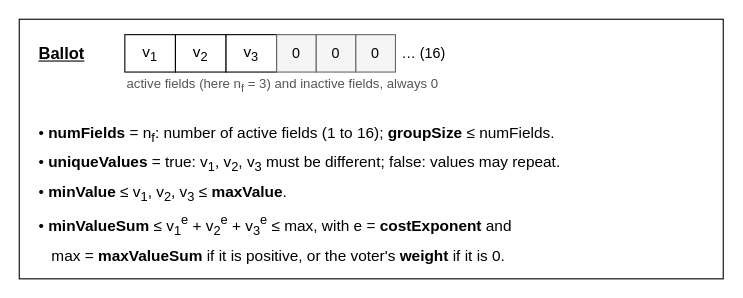
Earlier version of the draw.io diagram v2/figures/ballot-variables.drawio (vocdoni/davinci-paper). Source tidied: cells renumbered, new cells numbered last; positions are measured from the earlier drawing's top-left corner, leaving out a move shared by most shapes. Both pictures are drawn from the tidied source at 110%, with x=0, y=0 at pixel (19, 19).
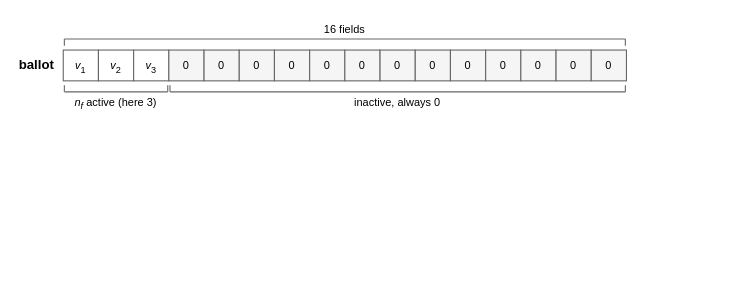
The same diagram, later.

What changed in the source:
```diff
@@
-    <mxCell id="2" style="rounded=0;whiteSpace=wrap;html=1;fontSize=11;fillColor=none;strokeColor=#000000;fontFamily=Courier New;verticalAlign=top;align=center;spacingTop=4;spacingLeft=6;fontStyle=1;" parent="1" vertex="1">
-      <mxGeometry width="640" height="236" as="geometry" />
-    </mxCell>
-    <mxCell id="3" value="&lt;b&gt;&lt;u&gt;Ballot&lt;/u&gt;&lt;/b&gt;" style="text;html=1;whiteSpace=wrap;fontSize=15;fontFamily=Helvetica;align=left;verticalAlign=middle;fontColor=#000000;" parent="1" vertex="1">
-      <mxGeometry x="16" y="16" width="80" height="30" as="geometry" />
+    <mxCell id="3" value="&lt;b&gt;ballot&lt;/b&gt;" style="text;html=1;whiteSpace=wrap;fontSize=12;fontFamily=Helvetica;align=left;verticalAlign=middle;fontColor=#000000;spacing=0;" parent="1" vertex="1">
+      <mxGeometry y="28" width="34" height="28" as="geometry" />
     </mxCell>
-    <mxCell id="4" value="v&lt;sub&gt;1&lt;/sub&gt;" style="rounded=0;whiteSpace=wrap;html=1;fontSize=14;fillColor=#ffffff;strokeColor=#000000;fontFamily=Helvetica;align=center;verticalAlign=middle;" parent="1" vertex="1">
-      <mxGeometry x="96" y="14" width="46" height="34" as="geometry" />
+    <mxCell id="4" value="&lt;i&gt;v&lt;/i&gt;&lt;sub style=&quot;line-height:0&quot;&gt;1&lt;/sub&gt;" style="rounded=0;whiteSpace=wrap;html=1;fontSize=10;fillColor=#ffffff;strokeColor=#666666;strokeWidth=1;fontFamily=Helvetica;align=center;verticalAlign=middle;spacingLeft=6;spacingRight=6;spacingTop=2;spacingBottom=2;" parent="1" vertex="1">
+      <mxGeometry x="40" y="28" width="32" height="28" as="geometry" />
     </mxCell>
-    <mxCell id="5" value="v&lt;sub&gt;2&lt;/sub&gt;" style="rounded=0;whiteSpace=wrap;html=1;fontSize=14;fillColor=#ffffff;strokeColor=#000000;fontFamily=Helvetica;align=center;verticalAlign=middle;" parent="1" vertex="1">
-      <mxGeometry x="142" y="14" width="46" height="34" as="geometry" />
+    <mxCell id="5" value="&lt;i&gt;v&lt;/i&gt;&lt;sub style=&quot;line-height:0&quot;&gt;2&lt;/sub&gt;" style="rounded=0;whiteSpace=wrap;html=1;fontSize=10;fillColor=#ffffff;strokeColor=#666666;strokeWidth=1;fontFamily=Helvetica;align=center;verticalAlign=middle;spacingLeft=6;spacingRight=6;spacingTop=2;spacingBottom=2;" parent="1" vertex="1">
+      <mxGeometry x="72" y="28" width="32" height="28" as="geometry" />
     </mxCell>
-    <mxCell id="6" value="v&lt;sub&gt;3&lt;/sub&gt;" style="rounded=0;whiteSpace=wrap;html=1;fontSize=14;fillColor=#ffffff;strokeColor=#000000;fontFamily=Helvetica;align=center;verticalAlign=middle;" parent="1" vertex="1">
-      <mxGeometry x="188" y="14" width="46" height="34" as="geometry" />
+    <mxCell id="6" value="&lt;i&gt;v&lt;/i&gt;&lt;sub style=&quot;line-height:0&quot;&gt;3&lt;/sub&gt;" style="rounded=0;whiteSpace=wrap;html=1;fontSize=10;fillColor=#ffffff;strokeColor=#666666;strokeWidth=1;fontFamily=Helvetica;align=center;verticalAlign=middle;spacingLeft=6;spacingRight=6;spacingTop=2;spacingBottom=2;" parent="1" vertex="1">
+      <mxGeometry x="104" y="28" width="32" height="28" as="geometry" />
     </mxCell>
-    <mxCell id="7" value="0" style="rounded=0;whiteSpace=wrap;html=1;fontSize=13;fillColor=#f5f5f5;strokeColor=#666666;fontFamily=Helvetica;align=center;verticalAlign=middle;" parent="1" vertex="1">
-      <mxGeometry x="234" y="14" width="36" height="34" as="geometry" />
+    <mxCell id="7" value="0" style="rounded=0;whiteSpace=wrap;html=1;fontSize=10;fillColor=#f5f5f5;strokeColor=#666666;strokeWidth=1;fontFamily=Helvetica;align=center;verticalAlign=middle;spacingLeft=6;spacingRight=6;spacingTop=2;spacingBottom=2;" parent="1" vertex="1">
+      <mxGeometry x="136" y="28" width="32" height="28" as="geometry" />
     </mxCell>
-    <mxCell id="8" value="0" style="rounded=0;whiteSpace=wrap;html=1;fontSize=13;fillColor=#f5f5f5;strokeColor=#666666;fontFamily=Helvetica;align=center;verticalAlign=middle;" parent="1" vertex="1">
-      <mxGeometry x="270" y="14" width="36" height="34" as="geometry" />
+    <mxCell id="8" value="0" style="rounded=0;whiteSpace=wrap;html=1;fontSize=10;fillColor=#f5f5f5;strokeColor=#666666;strokeWidth=1;fontFamily=Helvetica;align=center;verticalAlign=middle;spacingLeft=6;spacingRight=6;spacingTop=2;spacingBottom=2;" parent="1" vertex="1">
+      <mxGeometry x="168" y="28" width="32" height="28" as="geometry" />
     </mxCell>
-    <mxCell id="9" value="0" style="rounded=0;whiteSpace=wrap;html=1;fontSize=13;fillColor=#f5f5f5;strokeColor=#666666;fontFamily=Helvetica;align=center;verticalAlign=middle;" parent="1" vertex="1">
-      <mxGeometry x="306" y="14" width="36" height="34" as="geometry" />
+    <mxCell id="9" value="0" style="rounded=0;whiteSpace=wrap;html=1;fontSize=10;fillColor=#f5f5f5;strokeColor=#666666;strokeWidth=1;fontFamily=Helvetica;align=center;verticalAlign=middle;spacingLeft=6;spacingRight=6;spacingTop=2;spacingBottom=2;" parent="1" vertex="1">
+      <mxGeometry x="200" y="28" width="32" height="28" as="geometry" />
     </mxCell>
-    <mxCell id="10" value="&amp;hellip; (16)" style="text;html=1;whiteSpace=wrap;fontSize=13;fontFamily=Helvetica;align=left;verticalAlign=middle;fontColor=#000000;" parent="1" vertex="1">
-      <mxGeometry x="346" y="14" width="60" height="34" as="geometry" />
+    <mxCell id="10" value="0" style="rounded=0;whiteSpace=wrap;html=1;fontSize=10;fillColor=#f5f5f5;strokeColor=#666666;strokeWidth=1;fontFamily=Helvetica;align=center;verticalAlign=middle;spacingLeft=6;spacingRight=6;spacingTop=2;spacingBottom=2;" parent="1" vertex="1">
+      <mxGeometry x="232" y="28" width="32" height="28" as="geometry" />
     </mxCell>
-    <mxCell id="11" value="active fields (here n&lt;sub&gt;f&lt;/sub&gt; = 3) and inactive fields, always 0" style="text;html=1;whiteSpace=wrap;fontSize=12;fontFamily=Helvetica;align=left;verticalAlign=middle;fontColor=#555555;" parent="1" vertex="1">
-      <mxGeometry x="96" y="50" width="400" height="20" as="geometry" />
+    <mxCell id="11" value="0" style="rounded=0;whiteSpace=wrap;html=1;fontSize=10;fillColor=#f5f5f5;strokeColor=#666666;strokeWidth=1;fontFamily=Helvetica;align=center;verticalAlign=middle;spacingLeft=6;spacingRight=6;spacingTop=2;spacingBottom=2;" parent="1" vertex="1">
+      <mxGeometry x="264" y="28" width="32" height="28" as="geometry" />
     </mxCell>
-    <mxCell id="12" value="&lt;div style='line-height:1.75'&gt;&amp;bull; &lt;b&gt;numFields&lt;/b&gt; = n&lt;sub&gt;f&lt;/sub&gt;: number of active fields (1 to 16); &lt;b&gt;groupSize&lt;/b&gt; &amp;le; numFields.&lt;br&gt;&amp;bull; &lt;b&gt;uniqueValues&lt;/b&gt; = true: v&lt;sub&gt;1&lt;/sub&gt;, v&lt;sub&gt;2&lt;/sub&gt;, v&lt;sub&gt;3&lt;/sub&gt; must be different; false: values may repeat.&lt;br&gt;&amp;bull; &lt;b&gt;minValue&lt;/b&gt; &amp;le; v&lt;sub&gt;1&lt;/sub&gt;, v&lt;sub&gt;2&lt;/sub&gt;, v&lt;sub&gt;3&lt;/sub&gt; &amp;le; &lt;b&gt;maxValue&lt;/b&gt;.&lt;br&gt;&amp;bull; &lt;b&gt;minValueSum&lt;/b&gt; &amp;le; v&lt;sub&gt;1&lt;/sub&gt;&lt;sup&gt;e&lt;/sup&gt; + v&lt;sub&gt;2&lt;/sub&gt;&lt;sup&gt;e&lt;/sup&gt; + v&lt;sub&gt;3&lt;/sub&gt;&lt;sup&gt;e&lt;/sup&gt; &amp;le; max, with e = &lt;b&gt;costExponent&lt;/b&gt; and&lt;br&gt;&amp;nbsp;&amp;nbsp;&amp;nbsp;max = &lt;b&gt;maxValueSum&lt;/b&gt; if it is positive, or the voter's &lt;b&gt;weight&lt;/b&gt; if it is 0.&lt;/div&gt;" style="text;html=1;whiteSpace=wrap;fontSize=14;fontFamily=Helvetica;align=left;verticalAlign=top;fontColor=#000000;" parent="1" vertex="1">
-      <mxGeometry x="16" y="84" width="608" height="150" as="geometry" />
+    <mxCell id="12" value="0" style="rounded=0;whiteSpace=wrap;html=1;fontSize=10;fillColor=#f5f5f5;strokeColor=#666666;strokeWidth=1;fontFamily=Helvetica;align=center;verticalAlign=middle;spacingLeft=6;spacingRight=6;spacingTop=2;spacingBottom=2;" parent="1" vertex="1">
+      <mxGeometry x="296" y="28" width="32" height="28" as="geometry" />
     </mxCell>
+    <mxCell id="2" value="0" style="rounded=0;whiteSpace=wrap;html=1;fontSize=10;fillColor=#f5f5f5;strokeColor=#666666;strokeWidth=1;fontFamily=Helvetica;align=center;verticalAlign=middle;spacingLeft=6;spacingRight=6;spacingTop=2;spacingBottom=2;" parent="1" vertex="1">
+      <mxGeometry x="328" y="28" width="32" height="28" as="geometry" />
+    </mxCell>
+    <mxCell id="13" value="0" style="rounded=0;whiteSpace=wrap;html=1;fontSize=10;fillColor=#f5f5f5;strokeColor=#666666;strokeWidth=1;fontFamily=Helvetica;align=center;verticalAlign=middle;spacingLeft=6;spacingRight=6;spacingTop=2;spacingBottom=2;" parent="1" vertex="1">
+      <mxGeometry x="360" y="28" width="32" height="28" as="geometry" />
+    </mxCell>
+    <mxCell id="14" value="0" style="rounded=0;whiteSpace=wrap;html=1;fontSize=10;fillColor=#f5f5f5;strokeColor=#666666;strokeWidth=1;fontFamily=Helvetica;align=center;verticalAlign=middle;spacingLeft=6;spacingRight=6;spacingTop=2;spacingBottom=2;" parent="1" vertex="1">
+      <mxGeometry x="392" y="28" width="32" height="28" as="geometry" />
+    </mxCell>
+    <mxCell id="15" value="0" style="rounded=0;whiteSpace=wrap;html=1;fontSize=10;fillColor=#f5f5f5;strokeColor=#666666;strokeWidth=1;fontFamily=Helvetica;align=center;verticalAlign=middle;spacingLeft=6;spacingRight=6;spacingTop=2;spacingBottom=2;" parent="1" vertex="1">
+      <mxGeometry x="424" y="28" width="32" height="28" as="geometry" />
+    </mxCell>
+    <mxCell id="16" value="0" style="rounded=0;whiteSpace=wrap;html=1;fontSize=10;fillColor=#f5f5f5;strokeColor=#666666;strokeWidth=1;fontFamily=Helvetica;align=center;verticalAlign=middle;spacingLeft=6;spacingRight=6;spacingTop=2;spacingBottom=2;" parent="1" vertex="1">
+      <mxGeometry x="456" y="28" width="32" height="28" as="geometry" />
+    </mxCell>
+    <mxCell id="17" value="0" style="rounded=0;whiteSpace=wrap;html=1;fontSize=10;fillColor=#f5f5f5;strokeColor=#666666;strokeWidth=1;fontFamily=Helvetica;align=center;verticalAlign=middle;spacingLeft=6;spacingRight=6;spacingTop=2;spacingBottom=2;" parent="1" vertex="1">
+      <mxGeometry x="488" y="28" width="32" height="28" as="geometry" />
+    </mxCell>
+    <mxCell id="18" value="0" style="rounded=0;whiteSpace=wrap;html=1;fontSize=10;fillColor=#f5f5f5;strokeColor=#666666;strokeWidth=1;fontFamily=Helvetica;align=center;verticalAlign=middle;spacingLeft=6;spacingRight=6;spacingTop=2;spacingBottom=2;" parent="1" vertex="1">
+      <mxGeometry x="520" y="28" width="32" height="28" as="geometry" />
+    </mxCell>
+    <mxCell id="19" style="html=1;rounded=0;endArrow=none;startArrow=none;endSize=6;startSize=6;fontSize=10;fontFamily=Helvetica;strokeColor=#666666;strokeWidth=1;labelBackgroundColor=#ffffff;" parent="1" edge="1">
+      <mxGeometry relative="1" as="geometry">
+        <mxPoint x="41" y="18" as="sourcePoint" />
+        <mxPoint x="551" y="18" as="targetPoint" />
+      </mxGeometry>
+    </mxCell>
+    <mxCell id="20" style="html=1;rounded=0;endArrow=none;startArrow=none;endSize=6;startSize=6;fontSize=10;fontFamily=Helvetica;strokeColor=#666666;strokeWidth=1;labelBackgroundColor=#ffffff;" parent="1" edge="1">
+      <mxGeometry relative="1" as="geometry">
+        <mxPoint x="41" y="24" as="sourcePoint" />
+        <mxPoint x="41" y="18" as="targetPoint" />
+      </mxGeometry>
+    </mxCell>
+    <mxCell id="21" style="html=1;rounded=0;endArrow=none;startArrow=none;endSize=6;startSize=6;fontSize=10;fontFamily=Helvetica;strokeColor=#666666;strokeWidth=1;labelBackgroundColor=#ffffff;" parent="1" edge="1">
+      <mxGeometry relative="1" as="geometry">
+        <mxPoint x="551" y="24" as="sourcePoint" />
+        <mxPoint x="551" y="18" as="targetPoint" />
+      </mxGeometry>
+    </mxCell>
+    <mxCell id="22" value="16 fields" style="text;html=1;whiteSpace=wrap;fontSize=10;fontFamily=Helvetica;align=center;verticalAlign=middle;fontColor=#000000;spacing=0;" parent="1" vertex="1">
+      <mxGeometry x="41" y="2" width="510" height="14" as="geometry" />
+    </mxCell>
+    <mxCell id="23" style="html=1;rounded=0;endArrow=none;startArrow=none;endSize=6;startSize=6;fontSize=10;fontFamily=Helvetica;strokeColor=#666666;strokeWidth=1;labelBackgroundColor=#ffffff;" parent="1" edge="1">
+      <mxGeometry relative="1" as="geometry">
+        <mxPoint x="41" y="66" as="sourcePoint" />
+        <mxPoint x="135" y="66" as="targetPoint" />
+      </mxGeometry>
+    </mxCell>
+    <mxCell id="24" style="html=1;rounded=0;endArrow=none;startArrow=none;endSize=6;startSize=6;fontSize=10;fontFamily=Helvetica;strokeColor=#666666;strokeWidth=1;labelBackgroundColor=#ffffff;" parent="1" edge="1">
+      <mxGeometry relative="1" as="geometry">
+        <mxPoint x="41" y="60" as="sourcePoint" />
+        <mxPoint x="41" y="66" as="targetPoint" />
+      </mxGeometry>
+    </mxCell>
+    <mxCell id="25" style="html=1;rounded=0;endArrow=none;startArrow=none;endSize=6;startSize=6;fontSize=10;fontFamily=Helvetica;strokeColor=#666666;strokeWidth=1;labelBackgroundColor=#ffffff;" parent="1" edge="1">
+      <mxGeometry relative="1" as="geometry">
+        <mxPoint x="135" y="60" as="sourcePoint" />
+        <mxPoint x="135" y="66" as="targetPoint" />
+      </mxGeometry>
+    </mxCell>
+    <mxCell id="26" value="&lt;i&gt;n&lt;/i&gt;&lt;sub style=&quot;line-height:0&quot;&gt;&lt;i&gt;f&lt;/i&gt;&lt;/sub&gt; active (here 3)" style="text;html=1;whiteSpace=wrap;fontSize=10;fontFamily=Helvetica;align=center;verticalAlign=middle;fontColor=#000000;spacing=0;" parent="1" vertex="1">
+      <mxGeometry x="41" y="68" width="94" height="14" as="geometry" />
+    </mxCell>
+    <mxCell id="27" style="html=1;rounded=0;endArrow=none;startArrow=none;endSize=6;startSize=6;fontSize=10;fontFamily=Helvetica;strokeColor=#666666;strokeWidth=1;labelBackgroundColor=#ffffff;" parent="1" edge="1">
+      <mxGeometry relative="1" as="geometry">
+        <mxPoint x="137" y="66" as="sourcePoint" />
+        <mxPoint x="551" y="66" as="targetPoint" />
+      </mxGeometry>
+    </mxCell>
+    <mxCell id="28" style="html=1;rounded=0;endArrow=none;startArrow=none;endSize=6;startSize=6;fontSize=10;fontFamily=Helvetica;strokeColor=#666666;strokeWidth=1;labelBackgroundColor=#ffffff;" parent="1" edge="1">
+      <mxGeometry relative="1" as="geometry">
+        <mxPoint x="137" y="60" as="sourcePoint" />
+        <mxPoint x="137" y="66" as="targetPoint" />
+      </mxGeometry>
+    </mxCell>
+    <mxCell id="29" style="html=1;rounded=0;endArrow=none;startArrow=none;endSize=6;startSize=6;fontSize=10;fontFamily=Helvetica;strokeColor=#666666;strokeWidth=1;labelBackgroundColor=#ffffff;" parent="1" edge="1">
+      <mxGeometry relative="1" as="geometry">
+        <mxPoint x="551" y="60" as="sourcePoint" />
+        <mxPoint x="551" y="66" as="targetPoint" />
+      </mxGeometry>
+    </mxCell>
+    <mxCell id="30" value="inactive, always 0" style="text;html=1;whiteSpace=wrap;fontSize=10;fontFamily=Helvetica;align=center;verticalAlign=middle;fontColor=#000000;spacing=0;" parent="1" vertex="1">
+      <mxGeometry x="137" y="68" width="414" height="14" as="geometry" />
+    </mxCell>
```
